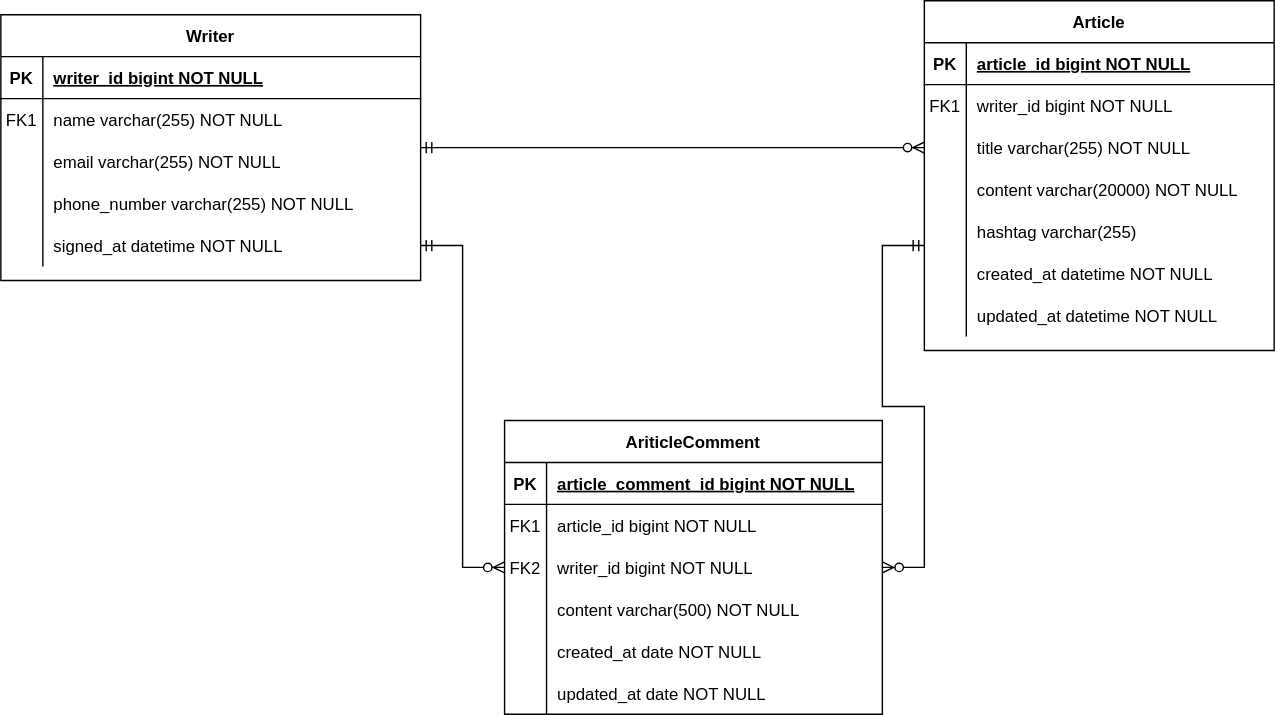
This is boarding-express/boardingExpress ERD.drawio.svg from 6161990/T-Express, a draw.io export, as it was before one commit. Source tidied: cells renumbered, new cells last; positions are measured from the earlier drawing's top-left corner, leaving out a move shared by most shapes.
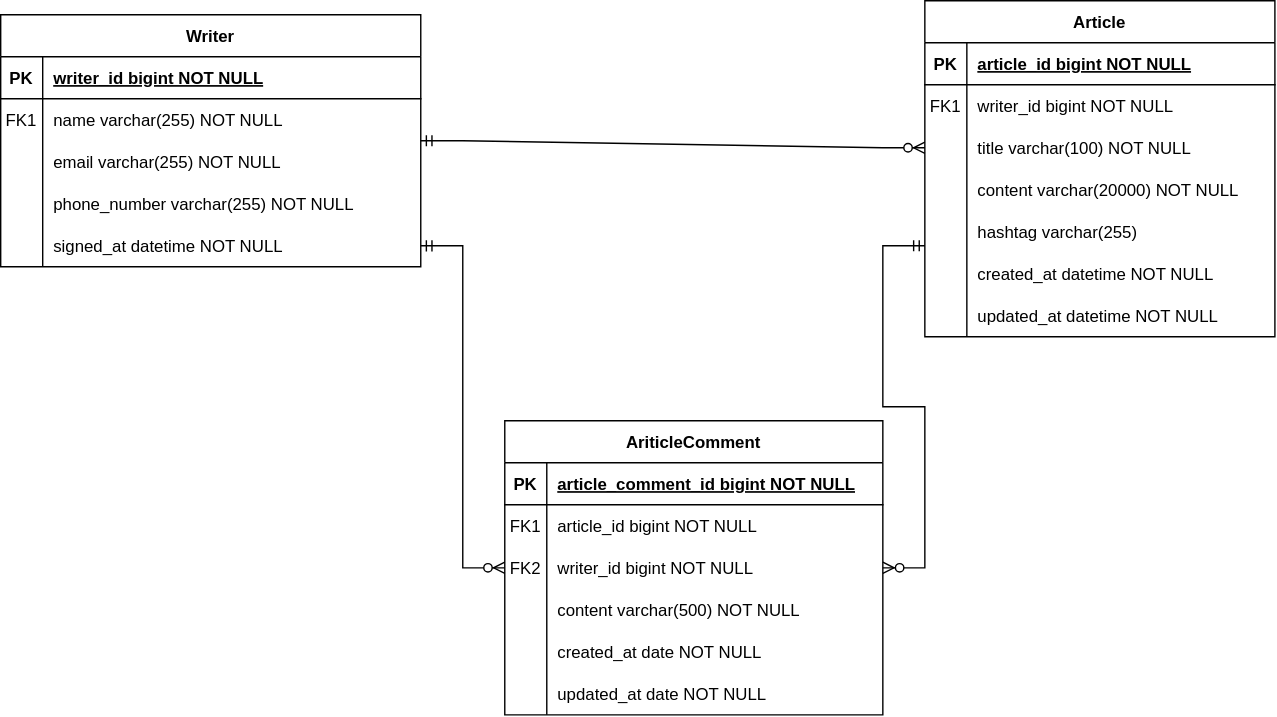
After the change.

Change to the diagram source:
```diff
@@ -3,7 +3,7 @@
     <mxCell id="0" />
     <mxCell id="1" parent="0" />
     <mxCell id="2" value="Writer" style="shape=table;startSize=30;rowLines=0;fontStyle=1;align=center;" parent="1" vertex="1">
-      <mxGeometry y="10" width="300" height="190" as="geometry" />
+      <mxGeometry y="10" width="300" height="180" as="geometry" />
     </mxCell>
     <mxCell id="3" style="shape=partialRectangle;fillColor=none;top=0;left=0;right=0;bottom=1;" parent="2" vertex="1">
       <mxGeometry y="30" width="300" height="30" as="geometry" />
@@ -108,7 +108,7 @@
       <mxGeometry x="30" width="240" height="30" as="geometry" />
     </mxCell>
     <mxCell id="37" value="Article" style="shape=table;startSize=30;rowLines=0;fontStyle=1;align=center;" parent="1" vertex="1">
-      <mxGeometry x="660" width="250" height="250" as="geometry" />
+      <mxGeometry x="660" width="250" height="240" as="geometry" />
     </mxCell>
     <mxCell id="38" style="shape=partialRectangle;fillColor=none;top=0;left=0;right=0;bottom=1;" parent="37" vertex="1">
       <mxGeometry y="30" width="250" height="30" as="geometry" />
@@ -134,7 +134,7 @@
     <mxCell id="45" style="shape=partialRectangle;overflow=hidden;fillColor=none;top=0;left=0;bottom=0;right=0;" parent="44" vertex="1">
       <mxGeometry width="30" height="30" as="geometry" />
     </mxCell>
-    <mxCell id="46" value="title varchar(255) NOT NULL" style="shape=partialRectangle;overflow=hidden;fillColor=none;top=0;left=0;bottom=0;right=0;align=left;spacingLeft=6;" parent="44" vertex="1">
+    <mxCell id="46" value="title varchar(100) NOT NULL" style="shape=partialRectangle;overflow=hidden;fillColor=none;top=0;left=0;bottom=0;right=0;align=left;spacingLeft=6;" parent="44" vertex="1">
       <mxGeometry x="30" width="220" height="30" as="geometry" />
     </mxCell>
     <mxCell id="47" style="shape=partialRectangle;fillColor=none;top=0;left=0;right=0;bottom=0;" parent="37" vertex="1">
```
